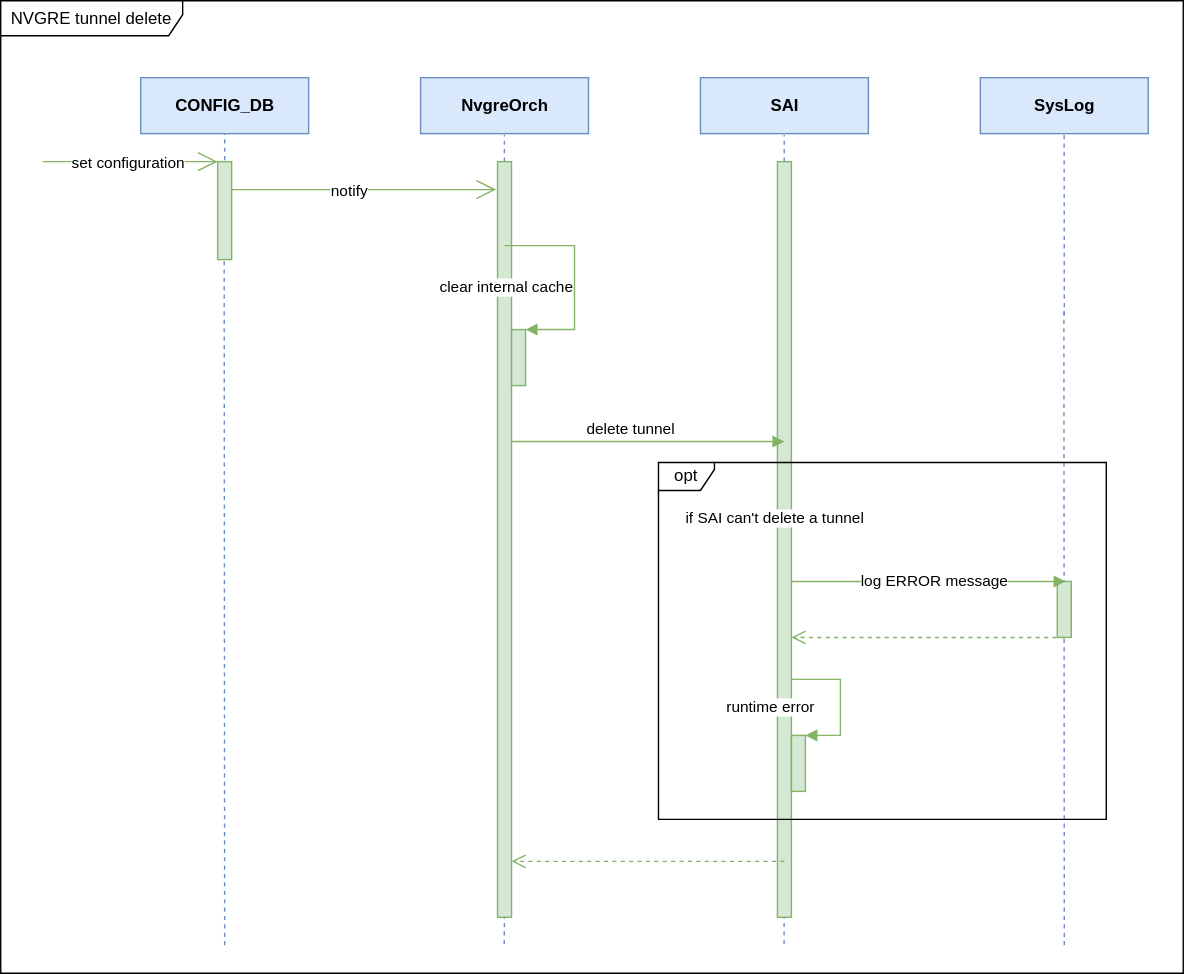
This is doc/nvgre_tunnel/images/nvgre_tunnel_delete_uml.svg from sonic-net/SONiC, a draw.io export, as it was before one commit. Source tidied: cells renumbered, new cells last; positions are measured from the earlier drawing's top-left corner, leaving out a move shared by most shapes.
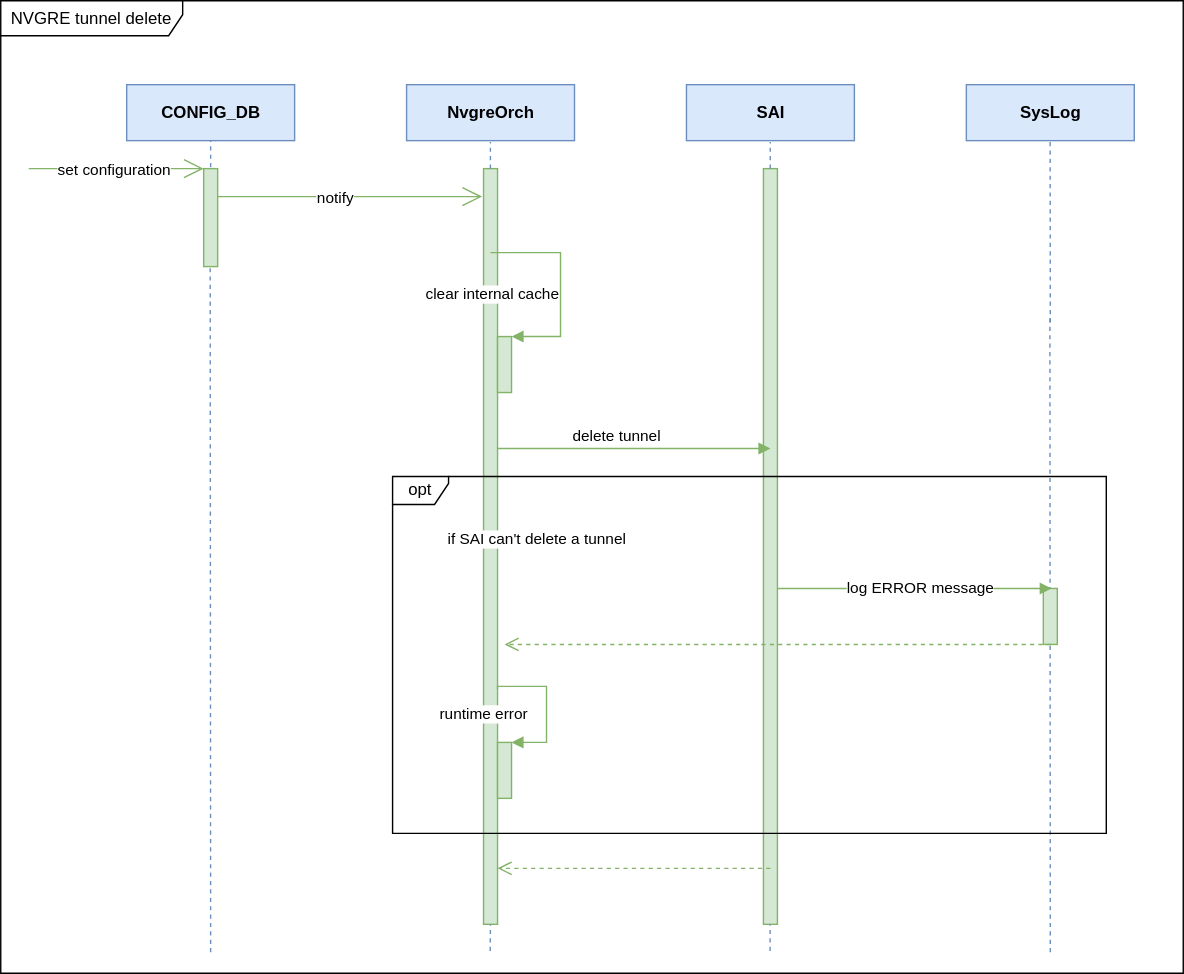
The same file after the commit.

Diff of the diagram source:
```diff
@@ -96,7 +96,7 @@
       </mxGeometry>
     </mxCell>
     <mxCell id="21" value="NVGRE tunnel delete" style="shape=umlFrame;whiteSpace=wrap;html=1;fillColor=#FFFFFF;width=130;height=25;" parent="1" vertex="1">
-      <mxGeometry width="845" height="695" as="geometry" />
+      <mxGeometry x="10" y="-5" width="845" height="695" as="geometry" />
     </mxCell>
     <mxCell id="22" style="html=1;points=[];perimeter=orthogonalPerimeter;fillColor=#d5e8d4;strokeColor=#82b366;" parent="1" vertex="1">
       <mxGeometry x="365" y="235" width="10" height="40" as="geometry" />
@@ -124,22 +124,22 @@
       </mxGeometry>
     </mxCell>
     <mxCell id="26" value="opt" style="shape=umlFrame;whiteSpace=wrap;html=1;width=40;height=20;fillColor=#FFFFFF;" parent="1" vertex="1">
-      <mxGeometry x="470" y="330" width="320" height="255" as="geometry" />
+      <mxGeometry x="290" y="335" width="510" height="255" as="geometry" />
     </mxCell>
     <mxCell id="27" style="html=1;perimeter=orthogonalPerimeter;fillColor=#d5e8d4;strokeColor=#82b366;" parent="1" vertex="1">
       <mxGeometry x="755" y="415" width="10" height="40" as="geometry" />
     </mxCell>
     <mxCell id="28" style="html=1;points=[];perimeter=orthogonalPerimeter;fillColor=#d5e8d4;strokeColor=#82b366;" parent="1" vertex="1">
-      <mxGeometry x="565" y="525" width="10" height="40" as="geometry" />
+      <mxGeometry x="365" y="525" width="10" height="40" as="geometry" />
     </mxCell>
-    <mxCell id="29" value="runtime error" style="edgeStyle=orthogonalEdgeStyle;html=1;align=left;spacingLeft=2;endArrow=block;rounded=0;entryX=1;entryY=0;fillColor=#d5e8d4;strokeColor=#82b366;" parent="1" edge="1" source="11" target="28">
-      <mxGeometry x="-1" y="-54" relative="1" as="geometry">
+    <mxCell id="29" value="runtime error" style="edgeStyle=orthogonalEdgeStyle;html=1;align=left;spacingLeft=2;endArrow=block;rounded=0;entryX=1;entryY=0;fillColor=#d5e8d4;strokeColor=#82b366;exitX=1;exitY=0.689;exitDx=0;exitDy=0;exitPerimeter=0;" parent="1" edge="1" source="8" target="28">
+      <mxGeometry x="-1" y="48" relative="1" as="geometry">
         <Array as="points">
-          <mxPoint x="600" y="485" />
-          <mxPoint x="600" y="525" />
-          <mxPoint x="575" y="525" />
+          <mxPoint x="365" y="485" />
+          <mxPoint x="400" y="485" />
+          <mxPoint x="400" y="525" />
         </Array>
-        <mxPoint x="-50" y="-34" as="offset" />
+        <mxPoint x="3" y="18" as="offset" />
       </mxGeometry>
     </mxCell>
     <mxCell id="30" value="log ERROR message" style="edgeStyle=orthogonalEdgeStyle;html=1;align=left;spacingLeft=2;endArrow=block;rounded=0;shadow=0;fillColor=#d5e8d4;strokeColor=#82b366;" parent="1" edge="1">
@@ -154,11 +154,11 @@
     <mxCell id="31" style="html=1;verticalAlign=bottom;endArrow=open;dashed=1;endSize=8;shadow=0;fillColor=#d5e8d4;strokeColor=#82b366;" parent="1" edge="1">
       <mxGeometry relative="1" as="geometry">
         <mxPoint x="760.5" y="455" as="sourcePoint" />
-        <mxPoint x="565" y="455" as="targetPoint" />
+        <mxPoint x="370" y="455" as="targetPoint" />
       </mxGeometry>
     </mxCell>
     <mxCell id="32" value="if SAI can't delete a tunnel" style="edgeLabel;html=1;align=center;verticalAlign=middle;" parent="1" vertex="1">
-      <mxGeometry x="600" y="315" as="geometry">
+      <mxGeometry x="440" y="325" as="geometry">
         <mxPoint x="-48" y="55" as="offset" />
       </mxGeometry>
     </mxCell>
```
